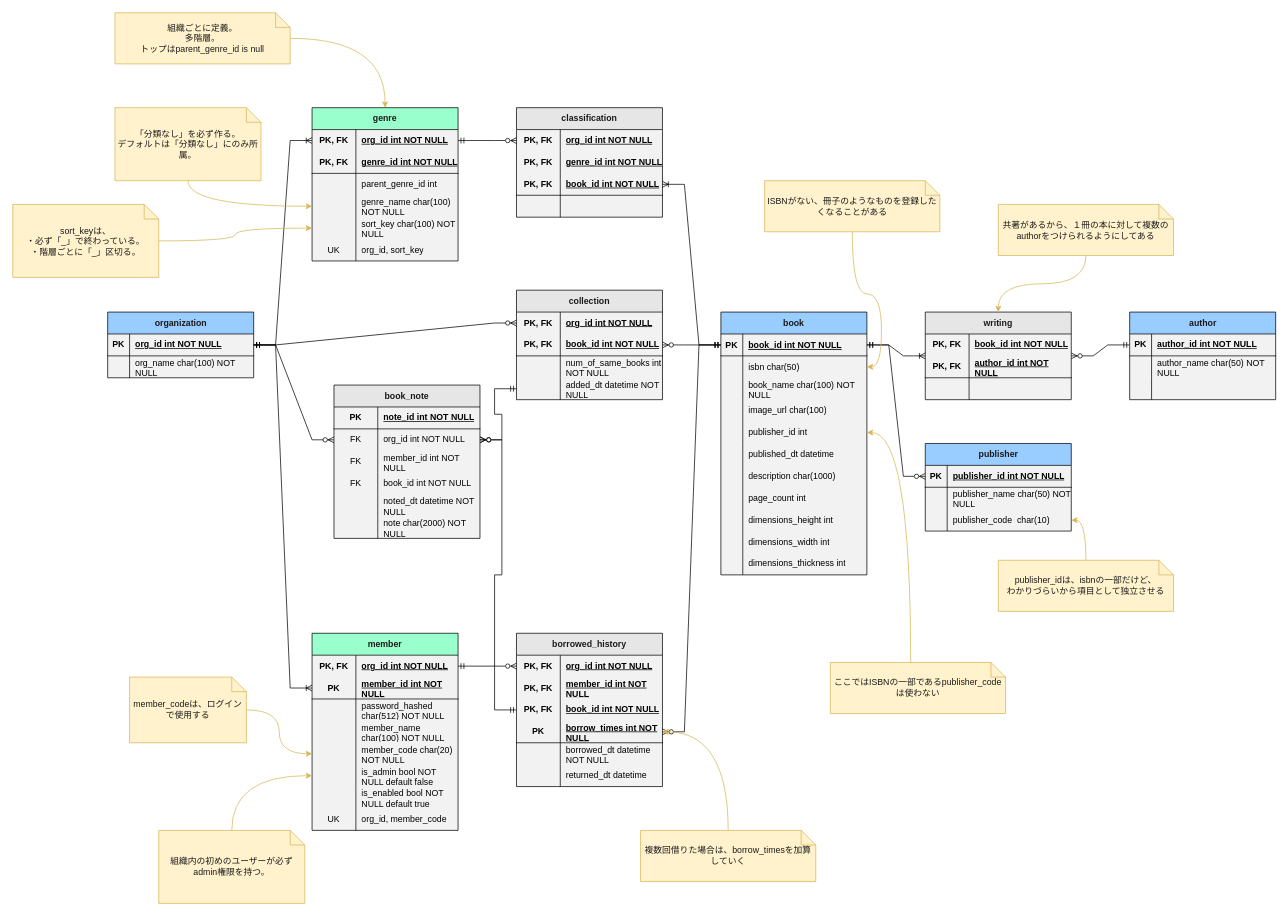
The draw.io diagram doc/er_diagram.drawio in yo16/bookshelf_2023, before the edit. Source tidied: cells renumbered, new cells numbered last; positions are measured from the earlier drawing's top-left corner, leaving out a move shared by most shapes. Both pictures are drawn from the tidied source at 73%, with x=0, y=0 at pixel (12, 12).
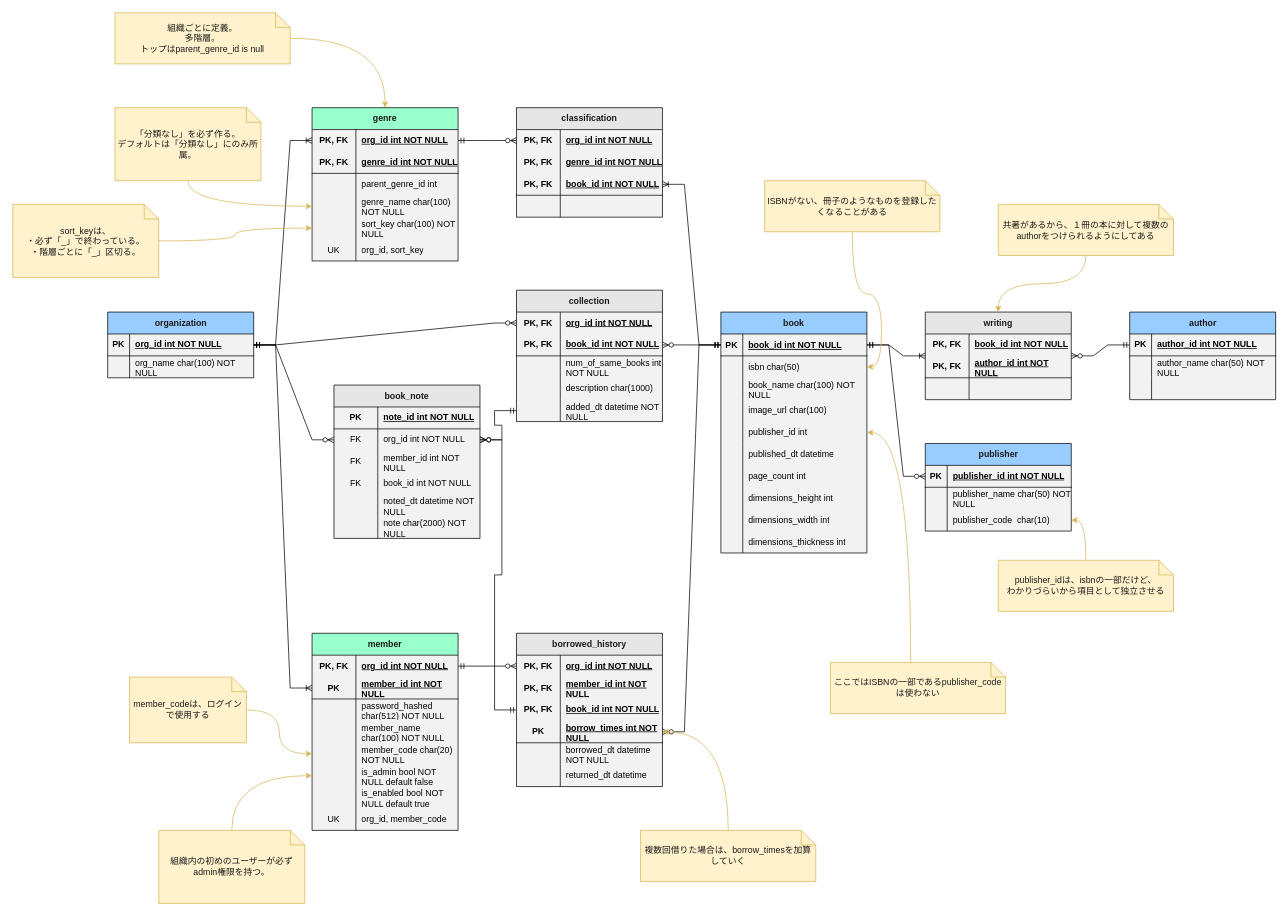
The same diagram, later.

What changed in the source:
```diff
@@
     <mxCell id="2" value="book" style="shape=table;startSize=30;childLayout=tableLayout;rowLines=0;fontStyle=1;align=center;fillColor=#99CCFF;fontColor=#1A1A1A;swimlaneFillColor=#F2F2F2;" parent="1" vertex="1">
-      <mxGeometry x="970" y="410" width="200" height="360" as="geometry" />
+      <mxGeometry x="970" y="410" width="200" height="330" as="geometry" />
     </mxCell>
@@
-    <mxCell id="21" style="shape=partialRectangle;fillColor=none;top=0;left=0;right=0;bottom=0;" parent="2" vertex="1">
-      <mxGeometry y="210" width="200" height="30" as="geometry" />
-    </mxCell>
-    <mxCell id="22" style="shape=partialRectangle;overflow=hidden;fillColor=none;top=0;left=0;bottom=0;right=0;" parent="21" vertex="1">
-      <mxGeometry width="30" height="30" as="geometry" />
-    </mxCell>
-    <mxCell id="23" value="description char(1000)" style="shape=partialRectangle;overflow=hidden;fillColor=none;top=0;left=0;bottom=0;right=0;align=left;spacingLeft=6;verticalAlign=middle;whiteSpace=wrap;" parent="21" vertex="1">
-      <mxGeometry x="30" width="170" height="30" as="geometry" />
-    </mxCell>
     <mxCell id="24" style="shape=partialRectangle;fillColor=none;top=0;left=0;right=0;bottom=0;" parent="2" vertex="1">
-      <mxGeometry y="240" width="200" height="30" as="geometry" />
+      <mxGeometry y="210" width="200" height="30" as="geometry" />
     </mxCell>
@@
     <mxCell id="27" style="shape=partialRectangle;fillColor=none;top=0;left=0;right=0;bottom=0;" parent="2" vertex="1">
-      <mxGeometry y="270" width="200" height="30" as="geometry" />
+      <mxGeometry y="240" width="200" height="30" as="geometry" />
     </mxCell>
@@
     <mxCell id="30" style="shape=partialRectangle;fillColor=none;top=0;left=0;right=0;bottom=0;" parent="2" vertex="1">
-      <mxGeometry y="300" width="200" height="30" as="geometry" />
+      <mxGeometry y="270" width="200" height="30" as="geometry" />
     </mxCell>
@@
     <mxCell id="33" style="shape=partialRectangle;fillColor=none;top=0;left=0;right=0;bottom=0;" parent="2" vertex="1">
-      <mxGeometry y="330" width="200" height="30" as="geometry" />
+      <mxGeometry y="300" width="200" height="30" as="geometry" />
     </mxCell>
@@
     <mxCell id="76" value="collection" style="shape=table;startSize=30;childLayout=tableLayout;rowLines=0;fontStyle=1;align=center;html=1;whiteSpace=wrap;labelBackgroundColor=none;swimlaneFillColor=#F2F2F2;fillColor=#E6E6E6;fontColor=#1A1A1A;" parent="1" vertex="1">
-      <mxGeometry x="690" y="380" width="200" height="150" as="geometry" />
+      <mxGeometry x="690" y="380" width="200" height="180" as="geometry" />
     </mxCell>
@@
+    <mxCell id="215" style="shape=tableRow;horizontal=0;startSize=0;swimlaneHead=0;swimlaneBody=0;fillColor=none;top=0;left=0;right=0;bottom=0;html=1;" parent="76" vertex="1">
+      <mxGeometry y="120" width="200" height="30" as="geometry" />
+    </mxCell>
+    <mxCell id="216" style="shape=partialRectangle;fillColor=none;top=0;left=0;bottom=0;right=0;overflow=hidden;html=1;whiteSpace=wrap;" parent="215" vertex="1">
+      <mxGeometry width="60" height="30" as="geometry" />
+    </mxCell>
+    <mxCell id="23" value="description char(1000)" style="shape=partialRectangle;fillColor=none;top=0;left=0;bottom=0;right=0;align=left;spacingLeft=6;overflow=hidden;html=1;whiteSpace=wrap;" parent="215" vertex="1">
+      <mxGeometry x="60" width="140" height="30" as="geometry" />
+    </mxCell>
     <mxCell id="86" style="shape=tableRow;horizontal=0;startSize=0;swimlaneHead=0;swimlaneBody=0;fillColor=none;points=[[0,0.5],[1,0.5]];portConstraint=eastwest;top=0;left=0;right=0;bottom=0;html=1;" parent="76" vertex="1">
-      <mxGeometry y="120" width="200" height="30" as="geometry" />
+      <mxGeometry y="150" width="200" height="30" as="geometry" />
     </mxCell>
```
